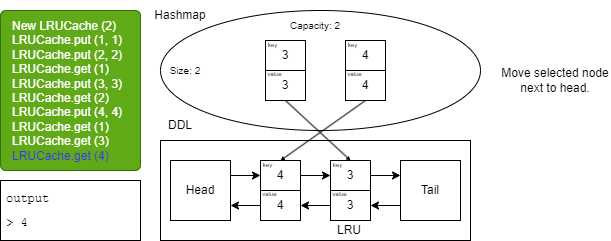
Above: Final_Interview/slides/Slide15.png in bert799/CodingInterviews (draw.io), before the change. Source tidied: cells renumbered, new cells last; positions are measured from the earlier drawing's top-left corner, leaving out a move shared by most shapes.
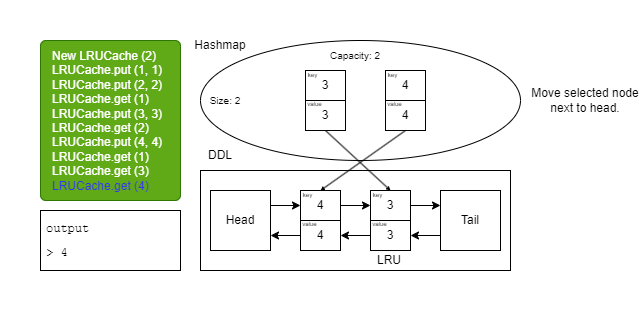
Above is the later version.

The edit, as a diff of the source:
```diff
@@ -120,7 +120,10 @@
       <mxGeometry x="150" y="55" width="70" height="30" as="geometry" />
     </mxCell>
     <mxCell id="41" value="Move selected node next to head." style="text;html=1;strokeColor=none;fillColor=none;align=center;verticalAlign=middle;whiteSpace=wrap;rounded=0;fontColor=#000000;" parent="1" vertex="1">
-      <mxGeometry x="500" y="65" width="110" height="30" as="geometry" />
+      <mxGeometry x="490" y="55" width="110" height="30" as="geometry" />
     </mxCell>
+    <mxCell id="42" style="rounded=0;whiteSpace=wrap;html=1;fillColor=none;strokeColor=none;" parent="1" vertex="1">
+      <mxGeometry x="-40" y="-30" width="640" height="320" as="geometry" />
+    </mxCell>
   </root>
 </mxGraphModel>
```
